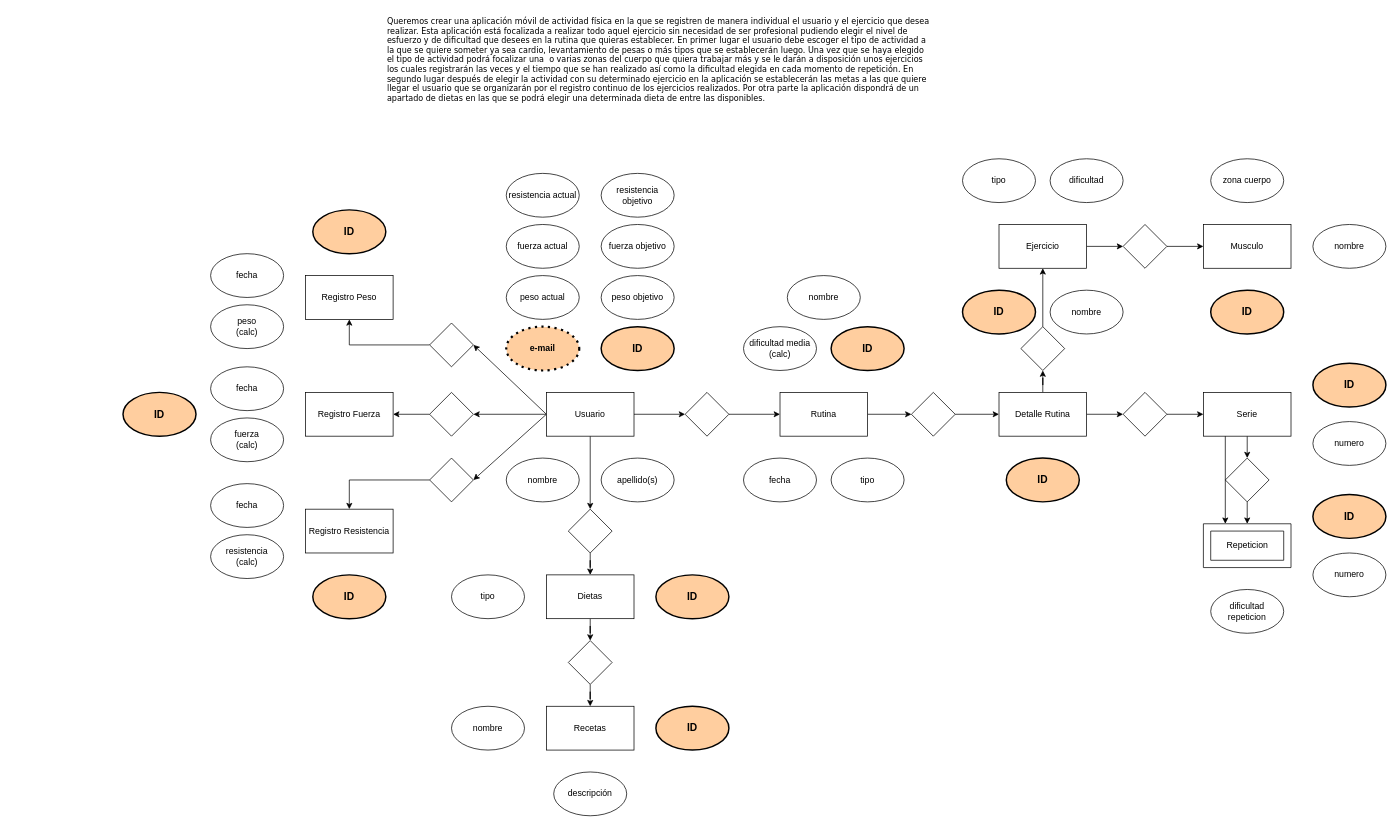
DiEgOfercri/Modelos-BBDD keeps this draw.io diagram as drawio/Grupo 8 E/R Grupo 7.drawio. Above is the earlier version. Source tidied: cells renumbered, new cells numbered last; positions are measured from the earlier drawing's top-left corner, leaving out a move shared by most shapes. Both pictures are drawn from the tidied source at 73%, with x=0, y=0 at pixel (123, 12).
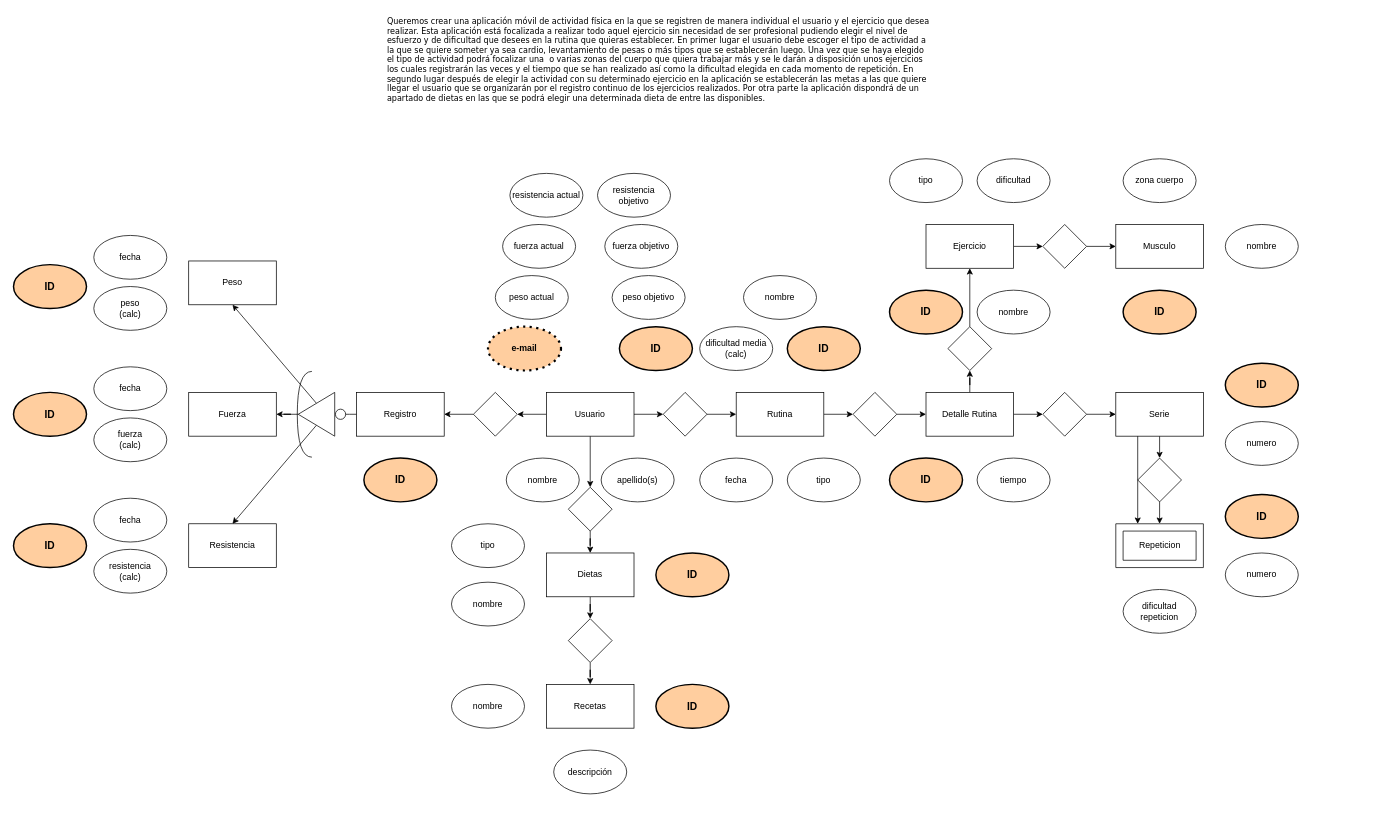
After the change.

The change refers to these unchanged cells:
```xml
<mxCell id="8" value="Usuario" style="rounded=0;whiteSpace=wrap;html=1;" parent="1" vertex="1">
  <mxGeometry x="580" y="520" width="120" height="60" as="geometry" />
</mxCell>
```

Change to the diagram source:
```diff
@@
-    <mxCell id="5" style="rounded=0;jettySize=auto;html=1;exitX=0;exitY=0.5;exitDx=0;exitDy=0;entryX=1;entryY=0.5;entryDx=0;entryDy=0;" parent="1" edge="1" source="8" target="60">
-      <mxGeometry relative="1" as="geometry" />
-    </mxCell>
-    <mxCell id="6" style="rounded=0;jettySize=auto;html=1;exitX=0;exitY=0.5;exitDx=0;exitDy=0;entryX=1;entryY=0.5;entryDx=0;entryDy=0;" parent="1" edge="1" source="8" target="64">
-      <mxGeometry relative="1" as="geometry" />
-    </mxCell>
@@
     <mxCell id="10" value="Ejercicio" style="rounded=0;whiteSpace=wrap;html=1;" parent="1" vertex="1">
-      <mxGeometry x="1200" y="290" width="120" height="60" as="geometry" />
+      <mxGeometry x="1100" y="290" width="120" height="60" as="geometry" />
     </mxCell>
     <mxCell id="11" value="dificultad" style="ellipse;whiteSpace=wrap;html=1;" parent="1" vertex="1">
-      <mxGeometry x="1270" y="200" width="100" height="60" as="geometry" />
+      <mxGeometry x="1170" y="200" width="100" height="60" as="geometry" />
     </mxCell>
@@
     <mxCell id="14" value="Detalle Rutina" style="rounded=0;whiteSpace=wrap;html=1;" parent="1" vertex="1">
-      <mxGeometry x="1200" y="520" width="120" height="60" as="geometry" />
+      <mxGeometry x="1100" y="520" width="120" height="60" as="geometry" />
     </mxCell>
     <mxCell id="15" value="dificultad repeticion" style="ellipse;whiteSpace=wrap;html=1;" parent="1" vertex="1">
-      <mxGeometry x="1490" y="790" width="100" height="60" as="geometry" />
+      <mxGeometry x="1370" y="790" width="100" height="60" as="geometry" />
     </mxCell>
-    <mxCell id="16" value="Registro Peso" style="rounded=0;whiteSpace=wrap;html=1;" parent="1" vertex="1">
-      <mxGeometry x="250" y="360" width="120" height="60" as="geometry" />
+    <mxCell id="16" value="Peso" style="rounded=0;whiteSpace=wrap;html=1;" parent="1" vertex="1">
+      <mxGeometry x="90" y="340" width="120" height="60" as="geometry" />
     </mxCell>
@@
     <mxCell id="18" value="Dietas" style="rounded=0;whiteSpace=wrap;html=1;" parent="1" vertex="1">
-      <mxGeometry x="580" y="770" width="120" height="60" as="geometry" />
+      <mxGeometry x="580" y="740" width="120" height="60" as="geometry" />
     </mxCell>
     <mxCell id="19" value="tipo" style="ellipse;whiteSpace=wrap;html=1;" parent="1" vertex="1">
-      <mxGeometry x="970" y="610" width="100" height="60" as="geometry" />
+      <mxGeometry x="910" y="610" width="100" height="60" as="geometry" />
     </mxCell>
     <mxCell id="20" value="Musculo" style="rounded=0;whiteSpace=wrap;html=1;" parent="1" vertex="1">
-      <mxGeometry x="1480" y="290" width="120" height="60" as="geometry" />
+      <mxGeometry x="1360" y="290" width="120" height="60" as="geometry" />
     </mxCell>
     <mxCell id="21" value="zona cuerpo" style="ellipse;whiteSpace=wrap;html=1;" parent="1" vertex="1">
-      <mxGeometry x="1490" y="200" width="100" height="60" as="geometry" />
+      <mxGeometry x="1370" y="200" width="100" height="60" as="geometry" />
     </mxCell>
     <mxCell id="22" value="Recetas" style="rounded=0;whiteSpace=wrap;html=1;" parent="1" vertex="1">
-      <mxGeometry x="580" y="950" width="120" height="60" as="geometry" />
+      <mxGeometry x="580" y="920" width="120" height="60" as="geometry" />
     </mxCell>
@@
     <mxCell id="25" value="fuerza objetivo" style="ellipse;whiteSpace=wrap;html=1;" parent="1" vertex="1">
-      <mxGeometry x="655" y="290" width="100" height="60" as="geometry" />
+      <mxGeometry x="660" y="290" width="100" height="60" as="geometry" />
     </mxCell>
     <mxCell id="26" value="resistencia objetivo" style="ellipse;whiteSpace=wrap;html=1;" parent="1" vertex="1">
-      <mxGeometry x="655" y="220" width="100" height="60" as="geometry" />
+      <mxGeometry x="650" y="220" width="100" height="60" as="geometry" />
     </mxCell>
     <mxCell id="27" value="fuerza actual" style="ellipse;whiteSpace=wrap;html=1;" parent="1" vertex="1">
-      <mxGeometry x="525" y="290" width="100" height="60" as="geometry" />
+      <mxGeometry x="520" y="290" width="100" height="60" as="geometry" />
     </mxCell>
     <mxCell id="28" value="resistencia actual" style="ellipse;whiteSpace=wrap;html=1;" parent="1" vertex="1">
-      <mxGeometry x="525" y="220" width="100" height="60" as="geometry" />
+      <mxGeometry x="530" y="220" width="100" height="60" as="geometry" />
     </mxCell>
     <mxCell id="29" value="nombre" style="ellipse;whiteSpace=wrap;html=1;" parent="1" vertex="1">
-      <mxGeometry x="450" y="950" width="100" height="60" as="geometry" />
+      <mxGeometry x="450" y="920" width="100" height="60" as="geometry" />
     </mxCell>
+    <mxCell id="93" style="edgeStyle=orthogonalEdgeStyle;rounded=0;jettySize=auto;html=1;entryX=0;entryY=0.5;entryDx=0;entryDy=0;endArrow=circle;endFill=0;" parent="1" edge="1" source="30" target="101">
+      <mxGeometry relative="1" as="geometry">
+        <Array as="points">
+          <mxPoint x="310" y="550" />
+          <mxPoint x="310" y="550" />
+        </Array>
+      </mxGeometry>
+    </mxCell>
-    <mxCell id="30" value="Registro Fuerza" style="rounded=0;whiteSpace=wrap;html=1;" parent="1" vertex="1">
-      <mxGeometry x="250" y="520" width="120" height="60" as="geometry" />
+    <mxCell id="30" value="Registro" style="rounded=0;whiteSpace=wrap;html=1;" parent="1" vertex="1">
+      <mxGeometry x="320" y="520" width="120" height="60" as="geometry" />
     </mxCell>
-    <mxCell id="31" value="Registro Resistencia" style="rounded=0;whiteSpace=wrap;html=1;" parent="1" vertex="1">
-      <mxGeometry x="250" y="680" width="120" height="60" as="geometry" />
+    <mxCell id="31" value="Resistencia" style="rounded=0;whiteSpace=wrap;html=1;" parent="1" vertex="1">
+      <mxGeometry x="90" y="700" width="120" height="60" as="geometry" />
     </mxCell>
     <mxCell id="32" value="fecha" style="ellipse;whiteSpace=wrap;html=1;" parent="1" vertex="1">
-      <mxGeometry x="120" y="330" width="100" height="60" as="geometry" />
+      <mxGeometry x="-40" y="305" width="100" height="60" as="geometry" />
     </mxCell>
     <mxCell id="33" value="peso&lt;br&gt;(calc)" style="ellipse;whiteSpace=wrap;html=1;" parent="1" vertex="1">
-      <mxGeometry x="120" y="400" width="100" height="60" as="geometry" />
+      <mxGeometry x="-40" y="375" width="100" height="60" as="geometry" />
     </mxCell>
     <mxCell id="34" value="fecha" style="ellipse;whiteSpace=wrap;html=1;" parent="1" vertex="1">
-      <mxGeometry x="120" y="485" width="100" height="60" as="geometry" />
+      <mxGeometry x="-40" y="485" width="100" height="60" as="geometry" />
     </mxCell>
     <mxCell id="35" value="fuerza&lt;br&gt;(calc)" style="ellipse;whiteSpace=wrap;html=1;" parent="1" vertex="1">
-      <mxGeometry x="120" y="555" width="100" height="60" as="geometry" />
+      <mxGeometry x="-40" y="555" width="100" height="60" as="geometry" />
     </mxCell>
     <mxCell id="36" value="fecha" style="ellipse;whiteSpace=wrap;html=1;" parent="1" vertex="1">
-      <mxGeometry x="120" y="645" width="100" height="60" as="geometry" />
+      <mxGeometry x="-40" y="665" width="100" height="60" as="geometry" />
     </mxCell>
     <mxCell id="37" value="resistencia&lt;br&gt;(calc)" style="ellipse;whiteSpace=wrap;html=1;" parent="1" vertex="1">
-      <mxGeometry x="120" y="715" width="100" height="60" as="geometry" />
+      <mxGeometry x="-40" y="735" width="100" height="60" as="geometry" />
     </mxCell>
@@
     <mxCell id="39" value="Rutina" style="rounded=0;whiteSpace=wrap;html=1;" parent="1" vertex="1">
-      <mxGeometry x="900" y="520" width="120" height="60" as="geometry" />
+      <mxGeometry x="840" y="520" width="120" height="60" as="geometry" />
     </mxCell>
     <mxCell id="40" value="dificultad media&lt;br&gt;(calc)" style="ellipse;whiteSpace=wrap;html=1;" parent="1" vertex="1">
-      <mxGeometry x="850" y="430" width="100" height="60" as="geometry" />
+      <mxGeometry x="790" y="430" width="100" height="60" as="geometry" />
     </mxCell>
     <mxCell id="41" value="fecha" style="ellipse;whiteSpace=wrap;html=1;" parent="1" vertex="1">
-      <mxGeometry x="850" y="610" width="100" height="60" as="geometry" />
+      <mxGeometry x="790" y="610" width="100" height="60" as="geometry" />
     </mxCell>
     <mxCell id="42" value="peso objetivo" style="ellipse;whiteSpace=wrap;html=1;" parent="1" vertex="1">
-      <mxGeometry x="655" y="360" width="100" height="60" as="geometry" />
+      <mxGeometry x="670" y="360" width="100" height="60" as="geometry" />
     </mxCell>
     <mxCell id="43" value="peso actual" style="ellipse;whiteSpace=wrap;html=1;" parent="1" vertex="1">
-      <mxGeometry x="525" y="360" width="100" height="60" as="geometry" />
+      <mxGeometry x="510" y="360" width="100" height="60" as="geometry" />
     </mxCell>
     <mxCell id="44" value="ID" style="ellipse;whiteSpace=wrap;html=1;strokeWidth=2;fontStyle=1;fontSize=14;fillColor=#FFCE9F;" parent="1" vertex="1">
-      <mxGeometry x="655" y="430" width="100" height="60" as="geometry" />
+      <mxGeometry x="680" y="430" width="100" height="60" as="geometry" />
     </mxCell>
     <mxCell id="45" value="e-mail" style="ellipse;whiteSpace=wrap;html=1;fillColor=#FFCE9F;strokeWidth=3;dashed=1;dashPattern=1 2;fontStyle=1;" parent="1" vertex="1">
-      <mxGeometry x="525" y="430" width="100" height="60" as="geometry" />
+      <mxGeometry x="500" y="430" width="100" height="60" as="geometry" />
     </mxCell>
-    <mxCell id="46" value="ID" style="ellipse;whiteSpace=wrap;html=1;strokeWidth=2;fontStyle=1;fontSize=14;fillColor=#FFCE9F;" parent="1" vertex="1">
-      <mxGeometry x="260" y="270" width="100" height="60" as="geometry" />
-    </mxCell>
-    <mxCell id="47" value="ID" style="ellipse;whiteSpace=wrap;html=1;strokeWidth=2;fontStyle=1;fontSize=14;fillColor=#FFCE9F;" parent="1" vertex="1">
-      <mxGeometry y="520" width="100" height="60" as="geometry" />
-    </mxCell>
-    <mxCell id="48" value="ID" style="ellipse;whiteSpace=wrap;html=1;strokeWidth=2;fontStyle=1;fontSize=14;fillColor=#FFCE9F;" parent="1" vertex="1">
-      <mxGeometry x="260" y="770" width="100" height="60" as="geometry" />
-    </mxCell>
     <mxCell id="49" value="ID" style="ellipse;whiteSpace=wrap;html=1;strokeWidth=2;fontStyle=1;fontSize=14;fillColor=#FFCE9F;" parent="1" vertex="1">
-      <mxGeometry x="730" y="770" width="100" height="60" as="geometry" />
+      <mxGeometry x="730" y="740" width="100" height="60" as="geometry" />
     </mxCell>
     <mxCell id="50" value="ID" style="ellipse;whiteSpace=wrap;html=1;strokeWidth=2;fontStyle=1;fontSize=14;fillColor=#FFCE9F;" parent="1" vertex="1">
-      <mxGeometry x="730" y="950" width="100" height="60" as="geometry" />
+      <mxGeometry x="730" y="920" width="100" height="60" as="geometry" />
     </mxCell>
     <mxCell id="51" value="tipo" style="ellipse;whiteSpace=wrap;html=1;" parent="1" vertex="1">
-      <mxGeometry x="450" y="770" width="100" height="60" as="geometry" />
+      <mxGeometry x="450" y="700" width="100" height="60" as="geometry" />
     </mxCell>
     <mxCell id="52" value="descripción" style="ellipse;whiteSpace=wrap;html=1;" parent="1" vertex="1">
-      <mxGeometry x="590" y="1040" width="100" height="60" as="geometry" />
+      <mxGeometry x="590" y="1010" width="100" height="60" as="geometry" />
     </mxCell>
     <mxCell id="53" value="ID" style="ellipse;whiteSpace=wrap;html=1;strokeWidth=2;fontStyle=1;fontSize=14;fillColor=#FFCE9F;" parent="1" vertex="1">
-      <mxGeometry x="970" y="430" width="100" height="60" as="geometry" />
+      <mxGeometry x="910" y="430" width="100" height="60" as="geometry" />
     </mxCell>
     <mxCell id="54" value="ID" style="ellipse;whiteSpace=wrap;html=1;strokeWidth=2;fontStyle=1;fontSize=14;fillColor=#FFCE9F;" parent="1" vertex="1">
-      <mxGeometry x="1210" y="610" width="100" height="60" as="geometry" />
+      <mxGeometry x="1050" y="610" width="100" height="60" as="geometry" />
     </mxCell>
     <mxCell id="55" value="nombre" style="ellipse;whiteSpace=wrap;html=1;" parent="1" vertex="1">
-      <mxGeometry x="910" y="360" width="100" height="60" as="geometry" />
+      <mxGeometry x="850" y="360" width="100" height="60" as="geometry" />
     </mxCell>
     <mxCell id="56" value="tipo" style="ellipse;whiteSpace=wrap;html=1;" parent="1" vertex="1">
-      <mxGeometry x="1150" y="200" width="100" height="60" as="geometry" />
+      <mxGeometry x="1050" y="200" width="100" height="60" as="geometry" />
     </mxCell>
     <mxCell id="57" value="ID" style="ellipse;whiteSpace=wrap;html=1;strokeWidth=2;fontStyle=1;fontSize=14;fillColor=#FFCE9F;" parent="1" vertex="1">
-      <mxGeometry x="1150" y="380" width="100" height="60" as="geometry" />
+      <mxGeometry x="1050" y="380" width="100" height="60" as="geometry" />
     </mxCell>
     <mxCell id="58" value="ID" style="ellipse;whiteSpace=wrap;html=1;strokeWidth=2;fontStyle=1;fontSize=14;fillColor=#FFCE9F;" parent="1" vertex="1">
-      <mxGeometry x="1490" y="380" width="100" height="60" as="geometry" />
+      <mxGeometry x="1370" y="380" width="100" height="60" as="geometry" />
     </mxCell>
-    <mxCell id="59" style="edgeStyle=orthogonalEdgeStyle;rounded=0;jettySize=auto;html=1;entryX=0.5;entryY=1;entryDx=0;entryDy=0;" parent="1" edge="1" source="60" target="16">
-      <mxGeometry relative="1" as="geometry" />
-    </mxCell>
-    <mxCell id="60" style="rhombus;whiteSpace=wrap;html=1;" parent="1" vertex="1">
-      <mxGeometry x="420" y="425" width="60" height="60" as="geometry" />
-    </mxCell>
@@
     <mxCell id="62" style="rhombus;whiteSpace=wrap;html=1;" parent="1" vertex="1">
-      <mxGeometry x="420" y="520" width="60" height="60" as="geometry" />
+      <mxGeometry x="480" y="520" width="60" height="60" as="geometry" />
     </mxCell>
-    <mxCell id="63" style="edgeStyle=orthogonalEdgeStyle;rounded=0;jettySize=auto;html=1;entryX=0.5;entryY=0;entryDx=0;entryDy=0;" parent="1" edge="1" source="64" target="31">
-      <mxGeometry relative="1" as="geometry" />
-    </mxCell>
-    <mxCell id="64" style="rhombus;whiteSpace=wrap;html=1;" parent="1" vertex="1">
-      <mxGeometry x="420" y="610" width="60" height="60" as="geometry" />
-    </mxCell>
@@
     <mxCell id="66" style="rhombus;whiteSpace=wrap;html=1;" parent="1" vertex="1">
-      <mxGeometry x="770" y="520" width="60" height="60" as="geometry" />
+      <mxGeometry x="740" y="520" width="60" height="60" as="geometry" />
     </mxCell>
@@
     <mxCell id="68" style="rhombus;whiteSpace=wrap;html=1;" parent="1" vertex="1">
-      <mxGeometry x="610" y="680" width="60" height="60" as="geometry" />
+      <mxGeometry x="610" y="650" width="60" height="60" as="geometry" />
     </mxCell>
@@
     <mxCell id="70" style="rhombus;whiteSpace=wrap;html=1;" parent="1" vertex="1">
-      <mxGeometry x="610" y="860" width="60" height="60" as="geometry" />
+      <mxGeometry x="610" y="830" width="60" height="60" as="geometry" />
     </mxCell>
@@
     <mxCell id="72" style="rhombus;whiteSpace=wrap;html=1;" parent="1" vertex="1">
-      <mxGeometry x="1080" y="520" width="60" height="60" as="geometry" />
+      <mxGeometry x="1000" y="520" width="60" height="60" as="geometry" />
     </mxCell>
@@
     <mxCell id="74" style="rhombus;whiteSpace=wrap;html=1;" parent="1" vertex="1">
-      <mxGeometry x="1370" y="290" width="60" height="60" as="geometry" />
+      <mxGeometry x="1260" y="290" width="60" height="60" as="geometry" />
     </mxCell>
     <mxCell id="75" value="nombre" style="ellipse;whiteSpace=wrap;html=1;" parent="1" vertex="1">
-      <mxGeometry x="1630" y="290" width="100" height="60" as="geometry" />
+      <mxGeometry x="1510" y="290" width="100" height="60" as="geometry" />
     </mxCell>
     <mxCell id="76" value="nombre" style="ellipse;whiteSpace=wrap;html=1;" parent="1" vertex="1">
-      <mxGeometry x="1270" y="380" width="100" height="60" as="geometry" />
+      <mxGeometry x="1170" y="380" width="100" height="60" as="geometry" />
     </mxCell>
@@
     <mxCell id="78" style="rhombus;whiteSpace=wrap;html=1;" parent="1" vertex="1">
-      <mxGeometry x="1230" y="430" width="60" height="60" as="geometry" />
+      <mxGeometry x="1130" y="430" width="60" height="60" as="geometry" />
     </mxCell>
@@
     <mxCell id="80" value="Serie" style="rounded=0;whiteSpace=wrap;html=1;" parent="1" vertex="1">
-      <mxGeometry x="1480" y="520" width="120" height="60" as="geometry" />
+      <mxGeometry x="1360" y="520" width="120" height="60" as="geometry" />
     </mxCell>
     <mxCell id="81" value="ID" style="ellipse;whiteSpace=wrap;html=1;strokeWidth=2;fontStyle=1;fontSize=14;fillColor=#FFCE9F;" parent="1" vertex="1">
-      <mxGeometry x="1630" y="480" width="100" height="60" as="geometry" />
+      <mxGeometry x="1510" y="480" width="100" height="60" as="geometry" />
     </mxCell>
     <mxCell id="82" value="numero" style="ellipse;whiteSpace=wrap;html=1;" parent="1" vertex="1">
-      <mxGeometry x="1630" y="560" width="100" height="60" as="geometry" />
+      <mxGeometry x="1510" y="560" width="100" height="60" as="geometry" />
     </mxCell>
     <mxCell id="83" value="ID" style="ellipse;whiteSpace=wrap;html=1;strokeWidth=2;fontStyle=1;fontSize=14;fillColor=#FFCE9F;" parent="1" vertex="1">
-      <mxGeometry x="1630" y="660" width="100" height="60" as="geometry" />
+      <mxGeometry x="1510" y="660" width="100" height="60" as="geometry" />
     </mxCell>
     <mxCell id="84" value="numero" style="ellipse;whiteSpace=wrap;html=1;" parent="1" vertex="1">
-      <mxGeometry x="1630" y="740" width="100" height="60" as="geometry" />
+      <mxGeometry x="1510" y="740" width="100" height="60" as="geometry" />
     </mxCell>
@@
     <mxCell id="86" style="rhombus;whiteSpace=wrap;html=1;" parent="1" vertex="1">
-      <mxGeometry x="1370" y="520" width="60" height="60" as="geometry" />
+      <mxGeometry x="1260" y="520" width="60" height="60" as="geometry" />
     </mxCell>
     <mxCell id="87" style="rhombus;whiteSpace=wrap;html=1;" parent="1" vertex="1">
-      <mxGeometry x="1510" y="610" width="60" height="60" as="geometry" />
+      <mxGeometry x="1390" y="610" width="60" height="60" as="geometry" />
     </mxCell>
     <mxCell id="88" style="group;" parent="1" vertex="1">
-      <mxGeometry x="1480" y="700" width="120" height="60" as="geometry" />
+      <mxGeometry x="1360" y="700" width="120" height="60" as="geometry" />
     </mxCell>
@@
+    <mxCell id="94" value="tiempo" style="ellipse;whiteSpace=wrap;html=1;" parent="1" vertex="1">
+      <mxGeometry x="1170" y="610" width="100" height="60" as="geometry" />
+    </mxCell>
+    <mxCell id="95" value="nombre" style="ellipse;whiteSpace=wrap;html=1;" parent="1" vertex="1">
+      <mxGeometry x="450" y="780" width="100" height="60" as="geometry" />
+    </mxCell>
+    <mxCell id="96" value="ID" style="ellipse;whiteSpace=wrap;html=1;strokeWidth=2;fontStyle=1;fontSize=14;fillColor=#FFCE9F;" parent="1" vertex="1">
+      <mxGeometry x="-150" y="700" width="100" height="60" as="geometry" />
+    </mxCell>
+    <mxCell id="97" value="Fuerza" style="rounded=0;whiteSpace=wrap;html=1;" parent="1" vertex="1">
+      <mxGeometry x="90" y="520" width="120" height="60" as="geometry" />
+    </mxCell>
+    <mxCell id="98" style="rounded=0;jettySize=auto;html=1;exitX=0.5;exitY=1;exitDx=0;exitDy=0;entryX=0.5;entryY=1;entryDx=0;entryDy=0;" parent="1" edge="1" source="101" target="16">
+      <mxGeometry relative="1" as="geometry" />
+    </mxCell>
+    <mxCell id="99" style="rounded=0;jettySize=auto;html=1;exitX=0.5;exitY=0;exitDx=0;exitDy=0;entryX=0.5;entryY=0;entryDx=0;entryDy=0;" parent="1" edge="1" source="101" target="31">
+      <mxGeometry relative="1" as="geometry" />
+    </mxCell>
+    <mxCell id="100" style="edgeStyle=orthogonalEdgeStyle;rounded=0;jettySize=auto;html=1;entryX=1;entryY=0.5;entryDx=0;entryDy=0;" parent="1" edge="1" source="101" target="97">
+      <mxGeometry relative="1" as="geometry" />
+    </mxCell>
+    <mxCell id="101" style="triangle;whiteSpace=wrap;html=1;rotation=-180;" parent="1" vertex="1">
+      <mxGeometry x="240" y="520" width="50" height="60" as="geometry" />
+    </mxCell>
+    <mxCell id="102" style="shape=requiredInterface;html=1;verticalLabelPosition=bottom;sketch=0;direction=south;rotation=90;" parent="1" vertex="1">
+      <mxGeometry x="190" y="540" width="117.5" height="20" as="geometry" />
+    </mxCell>
+    <mxCell id="103" value="ID" style="ellipse;whiteSpace=wrap;html=1;strokeWidth=2;fontStyle=1;fontSize=14;fillColor=#FFCE9F;" parent="1" vertex="1">
+      <mxGeometry x="-150" y="520" width="100" height="60" as="geometry" />
+    </mxCell>
+    <mxCell id="104" value="ID" style="ellipse;whiteSpace=wrap;html=1;strokeWidth=2;fontStyle=1;fontSize=14;fillColor=#FFCE9F;" parent="1" vertex="1">
+      <mxGeometry x="-150" y="345" width="100" height="60" as="geometry" />
+    </mxCell>
+    <mxCell id="105" value="ID" style="ellipse;whiteSpace=wrap;html=1;strokeWidth=2;fontStyle=1;fontSize=14;fillColor=#FFCE9F;" parent="1" vertex="1">
+      <mxGeometry x="330" y="610" width="100" height="60" as="geometry" />
+    </mxCell>
```
